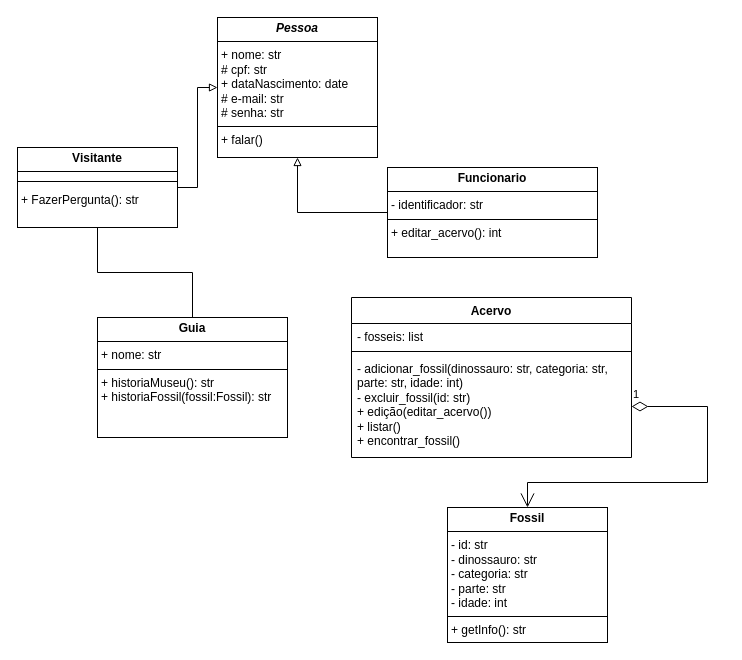
This is diagramaMuseuDino.drawio from LeticiaMMorais/ProjetoMuseuDino, a draw.io file, before an edit. Source tidied: cells renumbered, new cells numbered last; positions are measured from the earlier drawing's top-left corner, leaving out a move shared by most shapes. Both pictures are drawn from the tidied source at 100%, with x=0, y=0 at pixel (17, 17).
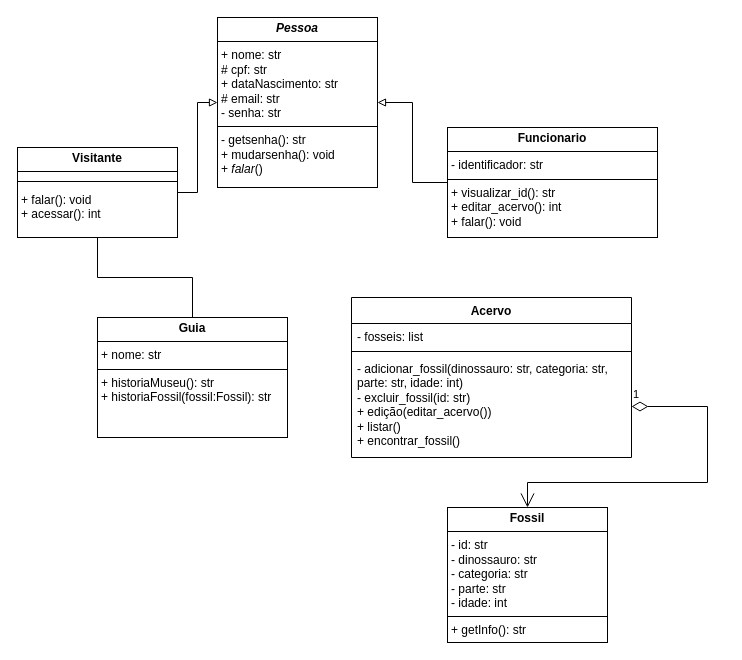
The same diagram, later.

Commit message:
modificando e adicionando métodos as classes ligadas a pessoa

The edit, as a diff of the source:
```diff
@@
 <mxGraphModel>
   <root>
     <mxCell id="0" />
     <mxCell id="1" parent="0" />
-    <mxCell id="2" value="&lt;p style=&quot;margin:0px;margin-top:4px;text-align:center;&quot;&gt;&lt;b&gt;&lt;i&gt;Pessoa&lt;/i&gt;&lt;/b&gt;&lt;/p&gt;&lt;hr size=&quot;1&quot; style=&quot;border-style:solid;&quot;&gt;&lt;p style=&quot;margin:0px;margin-left:4px;&quot;&gt;+ nome: str&lt;/p&gt;&lt;p style=&quot;margin:0px;margin-left:4px;&quot;&gt;# cpf: str&lt;/p&gt;&lt;p style=&quot;margin:0px;margin-left:4px;&quot;&gt;+ dataNascimento: date&lt;/p&gt;&lt;p style=&quot;margin:0px;margin-left:4px;&quot;&gt;# e-mail: str&lt;/p&gt;&lt;p style=&quot;margin:0px;margin-left:4px;&quot;&gt;# senha: str&lt;/p&gt;&lt;hr size=&quot;1&quot; style=&quot;border-style:solid;&quot;&gt;&lt;p style=&quot;margin:0px;margin-left:4px;&quot;&gt;+ falar()&lt;/p&gt;" style="verticalAlign=top;align=left;overflow=fill;html=1;whiteSpace=wrap;" parent="1" vertex="1">
-      <mxGeometry x="200" width="160" height="140" as="geometry" />
+    <mxCell id="2" value="&lt;p style=&quot;margin:0px;margin-top:4px;text-align:center;&quot;&gt;&lt;b&gt;&lt;i&gt;Pessoa&lt;/i&gt;&lt;/b&gt;&lt;/p&gt;&lt;hr size=&quot;1&quot; style=&quot;border-style:solid;&quot;&gt;&lt;p style=&quot;margin:0px;margin-left:4px;&quot;&gt;+ nome: str&lt;/p&gt;&lt;p style=&quot;margin:0px;margin-left:4px;&quot;&gt;# cpf: str&lt;/p&gt;&lt;p style=&quot;margin:0px;margin-left:4px;&quot;&gt;+ dataNascimento: str&lt;/p&gt;&lt;p style=&quot;margin:0px;margin-left:4px;&quot;&gt;# email: str&lt;/p&gt;&lt;p style=&quot;margin:0px;margin-left:4px;&quot;&gt;- senha: str&lt;/p&gt;&lt;hr size=&quot;1&quot; style=&quot;border-style:solid;&quot;&gt;&lt;p style=&quot;margin:0px;margin-left:4px;&quot;&gt;- getsenha(): str&lt;/p&gt;&lt;p style=&quot;margin:0px;margin-left:4px;&quot;&gt;+ mudarsenha(): void&lt;/p&gt;&lt;p style=&quot;margin:0px;margin-left:4px;&quot;&gt;+ &lt;i&gt;falar&lt;/i&gt;()&lt;/p&gt;" style="verticalAlign=top;align=left;overflow=fill;html=1;whiteSpace=wrap;" parent="1" vertex="1">
+      <mxGeometry x="200" width="160" height="170" as="geometry" />
     </mxCell>
     <mxCell id="3" style="edgeStyle=orthogonalEdgeStyle;rounded=0;jettySize=auto;html=1;endArrow=none;endFill=0;" parent="1" edge="1" source="4" target="7">
       <mxGeometry relative="1" as="geometry" />
     </mxCell>
-    <mxCell id="4" value="&lt;p style=&quot;margin:0px;margin-top:4px;text-align:center;&quot;&gt;&lt;b&gt;Visitante&lt;/b&gt;&lt;/p&gt;&lt;hr size=&quot;1&quot; style=&quot;border-style:solid;&quot;&gt;&lt;p style=&quot;margin:0px;margin-left:4px;&quot;&gt;&lt;br&gt;&lt;/p&gt;&lt;p style=&quot;margin:0px;margin-left:4px;&quot;&gt;+ FazerPergunta(): str&lt;/p&gt;&lt;p style=&quot;margin:0px;margin-left:4px;&quot;&gt;&lt;br&gt;&lt;/p&gt;" style="verticalAlign=top;align=left;overflow=fill;html=1;whiteSpace=wrap;" parent="1" vertex="1">
-      <mxGeometry y="130" width="160" height="80" as="geometry" />
+    <mxCell id="4" value="&lt;p style=&quot;margin:0px;margin-top:4px;text-align:center;&quot;&gt;&lt;b&gt;Visitante&lt;/b&gt;&lt;/p&gt;&lt;hr size=&quot;1&quot; style=&quot;border-style:solid;&quot;&gt;&lt;p style=&quot;margin:0px;margin-left:4px;&quot;&gt;&lt;br&gt;&lt;/p&gt;&lt;p style=&quot;margin:0px;margin-left:4px;&quot;&gt;+ falar(): void&lt;/p&gt;&lt;p style=&quot;margin:0px;margin-left:4px;&quot;&gt;+ acessar(): int&lt;/p&gt;&lt;p style=&quot;margin:0px;margin-left:4px;&quot;&gt;&lt;br&gt;&lt;/p&gt;" style="verticalAlign=top;align=left;overflow=fill;html=1;whiteSpace=wrap;" parent="1" vertex="1">
+      <mxGeometry y="130" width="160" height="90" as="geometry" />
     </mxCell>
     <mxCell id="5" style="edgeStyle=orthogonalEdgeStyle;rounded=0;jettySize=auto;html=1;endArrow=block;endFill=0;" parent="1" edge="1" source="6" target="2">
       <mxGeometry relative="1" as="geometry" />
     </mxCell>
-    <mxCell id="6" value="&lt;p style=&quot;margin:0px;margin-top:4px;text-align:center;&quot;&gt;&lt;b&gt;Funcionario&lt;/b&gt;&lt;/p&gt;&lt;hr size=&quot;1&quot; style=&quot;border-style:solid;&quot;&gt;&lt;p style=&quot;margin:0px;margin-left:4px;&quot;&gt;- identificador: str&lt;/p&gt;&lt;hr size=&quot;1&quot; style=&quot;border-style:solid;&quot;&gt;&lt;p style=&quot;margin:0px;margin-left:4px;&quot;&gt;+ editar_acervo(): int&lt;/p&gt;" style="verticalAlign=top;align=left;overflow=fill;html=1;whiteSpace=wrap;" parent="1" vertex="1">
-      <mxGeometry x="370" y="150" width="210" height="90" as="geometry" />
+    <mxCell id="6" value="&lt;p style=&quot;margin:0px;margin-top:4px;text-align:center;&quot;&gt;&lt;b&gt;Funcionario&lt;/b&gt;&lt;/p&gt;&lt;hr size=&quot;1&quot; style=&quot;border-style:solid;&quot;&gt;&lt;p style=&quot;margin:0px;margin-left:4px;&quot;&gt;- identificador: str&lt;/p&gt;&lt;hr size=&quot;1&quot; style=&quot;border-style:solid;&quot;&gt;&lt;p style=&quot;margin:0px;margin-left:4px;&quot;&gt;+ visualizar_id(): str&lt;/p&gt;&lt;p style=&quot;margin:0px;margin-left:4px;&quot;&gt;+ editar_acervo(): int&lt;/p&gt;&lt;p style=&quot;margin:0px;margin-left:4px;&quot;&gt;+ falar(): void&lt;/p&gt;" style="verticalAlign=top;align=left;overflow=fill;html=1;whiteSpace=wrap;" parent="1" vertex="1">
+      <mxGeometry x="430" y="110" width="210" height="110" as="geometry" />
     </mxCell>
     <mxCell id="7" value="&lt;p style=&quot;margin:0px;margin-top:4px;text-align:center;&quot;&gt;&lt;b&gt;Guia&lt;/b&gt;&lt;/p&gt;&lt;hr size=&quot;1&quot; style=&quot;border-style:solid;&quot;&gt;&lt;p style=&quot;margin:0px;margin-left:4px;&quot;&gt;+ nome: str&lt;/p&gt;&lt;hr size=&quot;1&quot; style=&quot;border-style:solid;&quot;&gt;&lt;p style=&quot;margin:0px;margin-left:4px;&quot;&gt;+ historiaMuseu(): str&lt;/p&gt;&lt;p style=&quot;margin:0px;margin-left:4px;&quot;&gt;+ historiaFossil(fossil:Fossil): str&lt;/p&gt;" style="verticalAlign=top;align=left;overflow=fill;html=1;whiteSpace=wrap;" parent="1" vertex="1">
       <mxGeometry x="80" y="300" width="190" height="120" as="geometry" />
     </mxCell>
     <mxCell id="8" value="&lt;p style=&quot;margin:0px;margin-top:4px;text-align:center;&quot;&gt;&lt;b&gt;Fossil&lt;/b&gt;&lt;/p&gt;&lt;hr size=&quot;1&quot; style=&quot;border-style:solid;&quot;&gt;&lt;p style=&quot;margin:0px;margin-left:4px;&quot;&gt;- id: str&lt;/p&gt;&lt;p style=&quot;margin:0px;margin-left:4px;&quot;&gt;- dinossauro: str&lt;/p&gt;&lt;p style=&quot;margin:0px;margin-left:4px;&quot;&gt;- categoria: str&lt;/p&gt;&lt;p style=&quot;margin:0px;margin-left:4px;&quot;&gt;- parte: str&lt;/p&gt;&lt;p style=&quot;margin:0px;margin-left:4px;&quot;&gt;- idade: int&lt;/p&gt;&lt;hr size=&quot;1&quot; style=&quot;border-style:solid;&quot;&gt;&lt;p style=&quot;margin:0px;margin-left:4px;&quot;&gt;+ getInfo(): str&lt;/p&gt;" style="verticalAlign=top;align=left;overflow=fill;html=1;whiteSpace=wrap;" parent="1" vertex="1">
       <mxGeometry x="430" y="490" width="160" height="135" as="geometry" />
     </mxCell>
     <mxCell id="9" value="Acervo" style="swimlane;fontStyle=1;align=center;verticalAlign=top;horizontal=1;startSize=26;whiteSpace=wrap;html=1;" parent="1" vertex="1">
       <mxGeometry x="334" y="280" width="280" height="160" as="geometry" />
     </mxCell>
     <mxCell id="10" value="&lt;div&gt;&lt;span style=&quot;background-color: initial;&quot;&gt;- fosseis: list&lt;/span&gt;&lt;/div&gt;&lt;div&gt;&lt;span style=&quot;background-color: initial;&quot;&gt;&lt;br&gt;&lt;/span&gt;&lt;/div&gt;&lt;div&gt;&lt;span style=&quot;background-color: initial;&quot;&gt;&lt;br&gt;&lt;/span&gt;&lt;/div&gt;" style="text;strokeColor=none;fillColor=none;align=left;verticalAlign=top;spacingLeft=4;spacingRight=4;overflow=hidden;whiteSpace=wrap;html=1;" parent="9" vertex="1">
       <mxGeometry y="26" width="280" height="24" as="geometry" />
     </mxCell>
     <mxCell id="11" style="line;strokeWidth=1;fillColor=none;align=left;verticalAlign=middle;spacingTop=-1;spacingLeft=3;spacingRight=3;labelPosition=right;strokeColor=inherit;" parent="9" vertex="1">
       <mxGeometry y="50" width="280" height="8" as="geometry" />
     </mxCell>
     <mxCell id="12" value="- adicionar_fossil(dinossauro: str, categoria: str, parte: str, idade: int)&lt;div&gt;- excluir_fossil(id: str)&lt;/div&gt;&lt;div&gt;+ edição(editar_acervo())&lt;/div&gt;&lt;div&gt;+ listar()&lt;/div&gt;&lt;div&gt;+ encontrar_fossil()&lt;/div&gt;&lt;div&gt;&lt;br&gt;&lt;/div&gt;&lt;div&gt;&lt;br&gt;&lt;/div&gt;" style="text;strokeColor=none;fillColor=none;align=left;verticalAlign=top;spacingLeft=4;spacingRight=4;overflow=hidden;points=[[0,0.5],[1,0.5]];portConstraint=eastwest;whiteSpace=wrap;html=1;" parent="9" vertex="1">
       <mxGeometry y="58" width="280" height="102" as="geometry" />
     </mxCell>
     <mxCell id="13" style="edgeStyle=orthogonalEdgeStyle;rounded=0;jettySize=auto;html=1;endArrow=block;endFill=0;" parent="1" edge="1" source="4" target="2">
       <mxGeometry relative="1" as="geometry" />
     </mxCell>
     <mxCell id="14" style="line;strokeWidth=1;fillColor=none;align=left;verticalAlign=middle;spacingTop=-1;spacingLeft=3;spacingRight=3;labelPosition=right;strokeColor=inherit;" parent="1" vertex="1">
       <mxGeometry y="160" width="160" height="8" as="geometry" />
     </mxCell>
     <mxCell id="15" value="1" style="endArrow=open;html=1;endSize=12;startArrow=diamondThin;startSize=14;startFill=0;edgeStyle=orthogonalEdgeStyle;align=left;verticalAlign=bottom;rounded=0;" parent="1" edge="1" source="12" target="8">
       <mxGeometry x="-1" y="3" relative="1" as="geometry">
         <Array as="points">
           <mxPoint x="690" y="389" />
           <mxPoint x="690" y="465" />
           <mxPoint x="510" y="465" />
         </Array>
       </mxGeometry>
     </mxCell>
   </root>
 </mxGraphModel>
```
